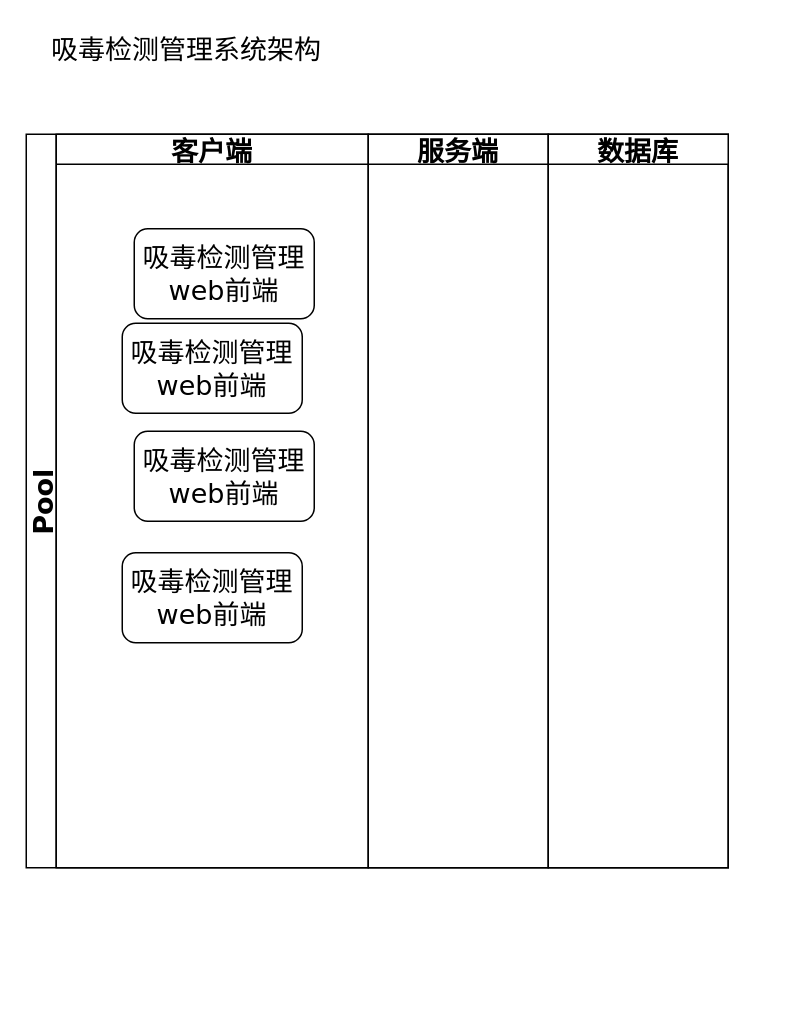
Before: page "吸毒检测管理系统架构2" (5 of 5) of 未命名绘图.drawio in lliecho/test, a draw.io diagram. Source tidied: cells renumbered, new cells numbered last; positions are measured from the earlier drawing's top-left corner, leaving out a move shared by most shapes. Both pictures are drawn from the tidied source at 150%, with x=0, y=0 at pixel (26, 26).
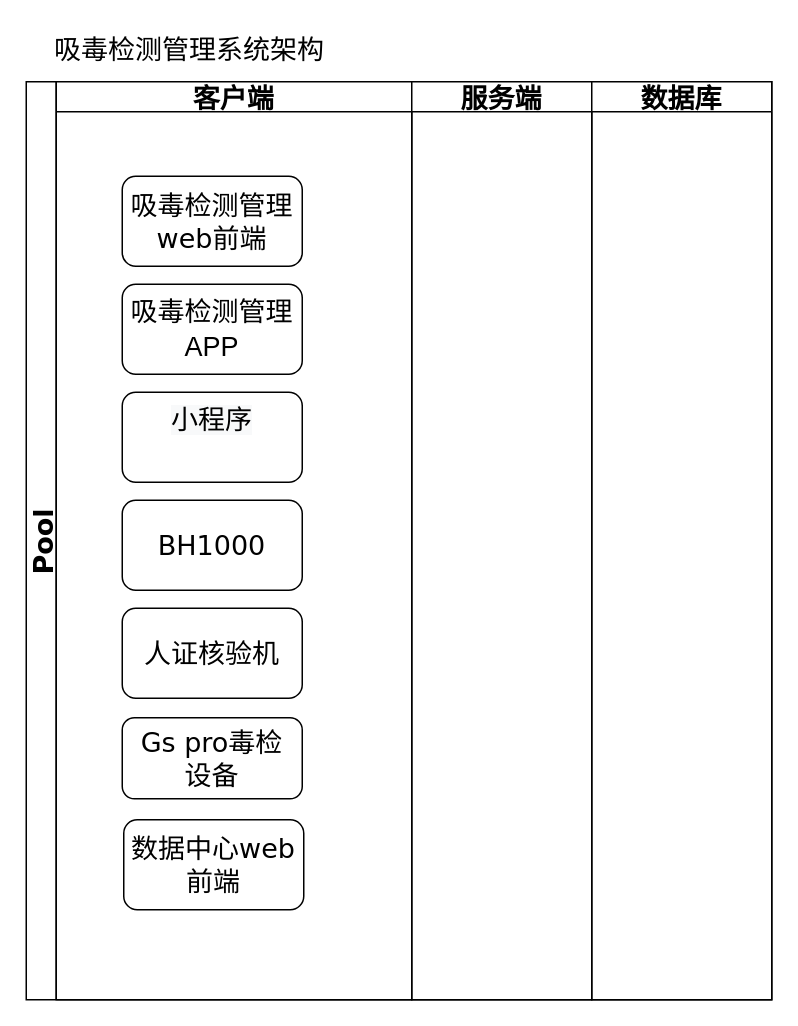
The same diagram, later.

Commit message:
吸毒检测管理系统架构.drawio

Diff of the diagram source:
```diff
@@
 <mxGraphModel>
   <root>
     <mxCell id="0" />
     <mxCell id="1" parent="0" />
     <mxCell id="2" value="Pool" style="swimlane;startSize=20;horizontal=0;fontFamily=Verdana;fontSize=18;" parent="1" vertex="1">
-      <mxGeometry y="72" width="468" height="489" as="geometry" />
+      <mxGeometry y="37" width="497" height="612" as="geometry" />
     </mxCell>
     <mxCell id="3" value="客户端" style="swimlane;startSize=20;fontFamily=Verdana;fontSize=18;" parent="2" vertex="1">
-      <mxGeometry x="20" width="208" height="489" as="geometry" />
+      <mxGeometry x="20" width="237" height="612" as="geometry" />
     </mxCell>
     <mxCell id="4" value="吸毒检测管理web前端" style="rounded=1;whiteSpace=wrap;html=1;fontFamily=Verdana;fontSize=18;" parent="3" vertex="1">
-      <mxGeometry x="52" y="63" width="120" height="60" as="geometry" />
+      <mxGeometry x="44" y="63" width="120" height="60" as="geometry" />
     </mxCell>
-    <mxCell id="5" value="吸毒检测管理web前端" style="rounded=1;whiteSpace=wrap;html=1;fontFamily=Verdana;fontSize=18;" parent="3" vertex="1">
-      <mxGeometry x="44" y="126" width="120" height="60" as="geometry" />
+    <mxCell id="5" value="&lt;span style=&quot;font-family: Helvetica;&quot;&gt;吸毒检测管理APP&lt;/span&gt;" style="rounded=1;whiteSpace=wrap;html=1;fontFamily=Verdana;fontSize=18;" parent="3" vertex="1">
+      <mxGeometry x="44" y="135" width="120" height="60" as="geometry" />
     </mxCell>
-    <mxCell id="6" value="吸毒检测管理web前端" style="rounded=1;whiteSpace=wrap;html=1;fontFamily=Verdana;fontSize=18;" parent="3" vertex="1">
-      <mxGeometry x="52" y="198" width="120" height="60" as="geometry" />
+    <mxCell id="6" value="&#10;&lt;span style=&quot;color: rgb(0, 0, 0); font-family: Helvetica; font-size: 18px; font-style: normal; font-variant-ligatures: normal; font-variant-caps: normal; font-weight: 400; letter-spacing: normal; orphans: 2; text-align: center; text-indent: 0px; text-transform: none; widows: 2; word-spacing: 0px; -webkit-text-stroke-width: 0px; background-color: rgb(248, 249, 250); text-decoration-thickness: initial; text-decoration-style: initial; text-decoration-color: initial; float: none; display: inline !important;&quot;&gt;小程序&lt;/span&gt;&#10;&#10;" style="rounded=1;whiteSpace=wrap;html=1;fontFamily=Verdana;fontSize=18;" parent="3" vertex="1">
+      <mxGeometry x="44" y="207" width="120" height="60" as="geometry" />
     </mxCell>
-    <mxCell id="7" value="吸毒检测管理web前端" style="rounded=1;whiteSpace=wrap;html=1;fontFamily=Verdana;fontSize=18;" parent="3" vertex="1">
+    <mxCell id="7" value="BH1000" style="rounded=1;whiteSpace=wrap;html=1;fontFamily=Verdana;fontSize=18;" parent="3" vertex="1">
       <mxGeometry x="44" y="279" width="120" height="60" as="geometry" />
     </mxCell>
+    <mxCell id="11" value="人证核验机" style="rounded=1;whiteSpace=wrap;html=1;fontFamily=Verdana;fontSize=18;" parent="3" vertex="1">
+      <mxGeometry x="44" y="351" width="120" height="60" as="geometry" />
+    </mxCell>
+    <mxCell id="12" value="Gs pro毒检&lt;br&gt;设备" style="rounded=1;whiteSpace=wrap;html=1;fontFamily=Verdana;fontSize=18;" parent="3" vertex="1">
+      <mxGeometry x="44" y="424" width="120" height="54" as="geometry" />
+    </mxCell>
+    <mxCell id="13" value="数据中心web前端" style="rounded=1;whiteSpace=wrap;html=1;fontFamily=Verdana;fontSize=18;" parent="3" vertex="1">
+      <mxGeometry x="45" y="492" width="120" height="60" as="geometry" />
+    </mxCell>
     <mxCell id="8" value="服务端" style="swimlane;startSize=20;fontFamily=Verdana;fontSize=18;" parent="2" vertex="1">
-      <mxGeometry x="228" width="120" height="489" as="geometry" />
+      <mxGeometry x="257" width="120" height="612" as="geometry" />
     </mxCell>
     <mxCell id="9" value="数据库" style="swimlane;startSize=20;fontFamily=Verdana;fontSize=18;" parent="2" vertex="1">
-      <mxGeometry x="348" width="120" height="489" as="geometry" />
+      <mxGeometry x="377" width="120" height="612" as="geometry" />
     </mxCell>
     <mxCell id="10" value="吸毒检测管理系统架构" style="text;html=1;strokeColor=none;fillColor=none;align=center;verticalAlign=middle;whiteSpace=wrap;rounded=0;fontFamily=Verdana;fontSize=18;" parent="1" vertex="1">
-      <mxGeometry width="214" height="30" as="geometry" />
+      <mxGeometry x="2" width="214" height="30" as="geometry" />
     </mxCell>
   </root>
 </mxGraphModel>
```
